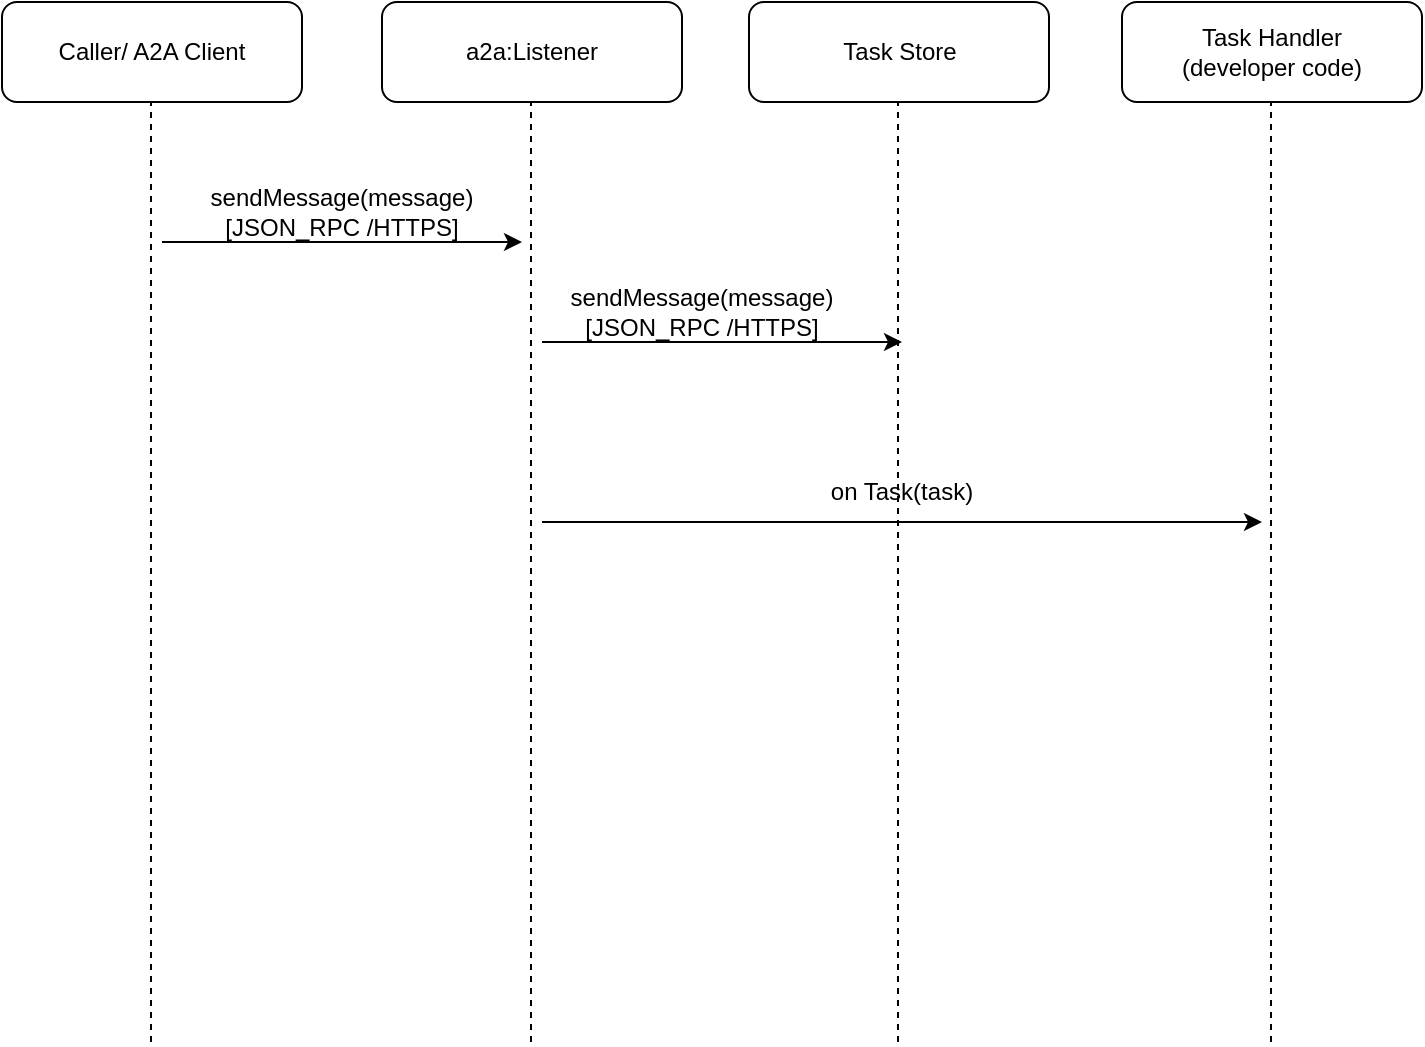
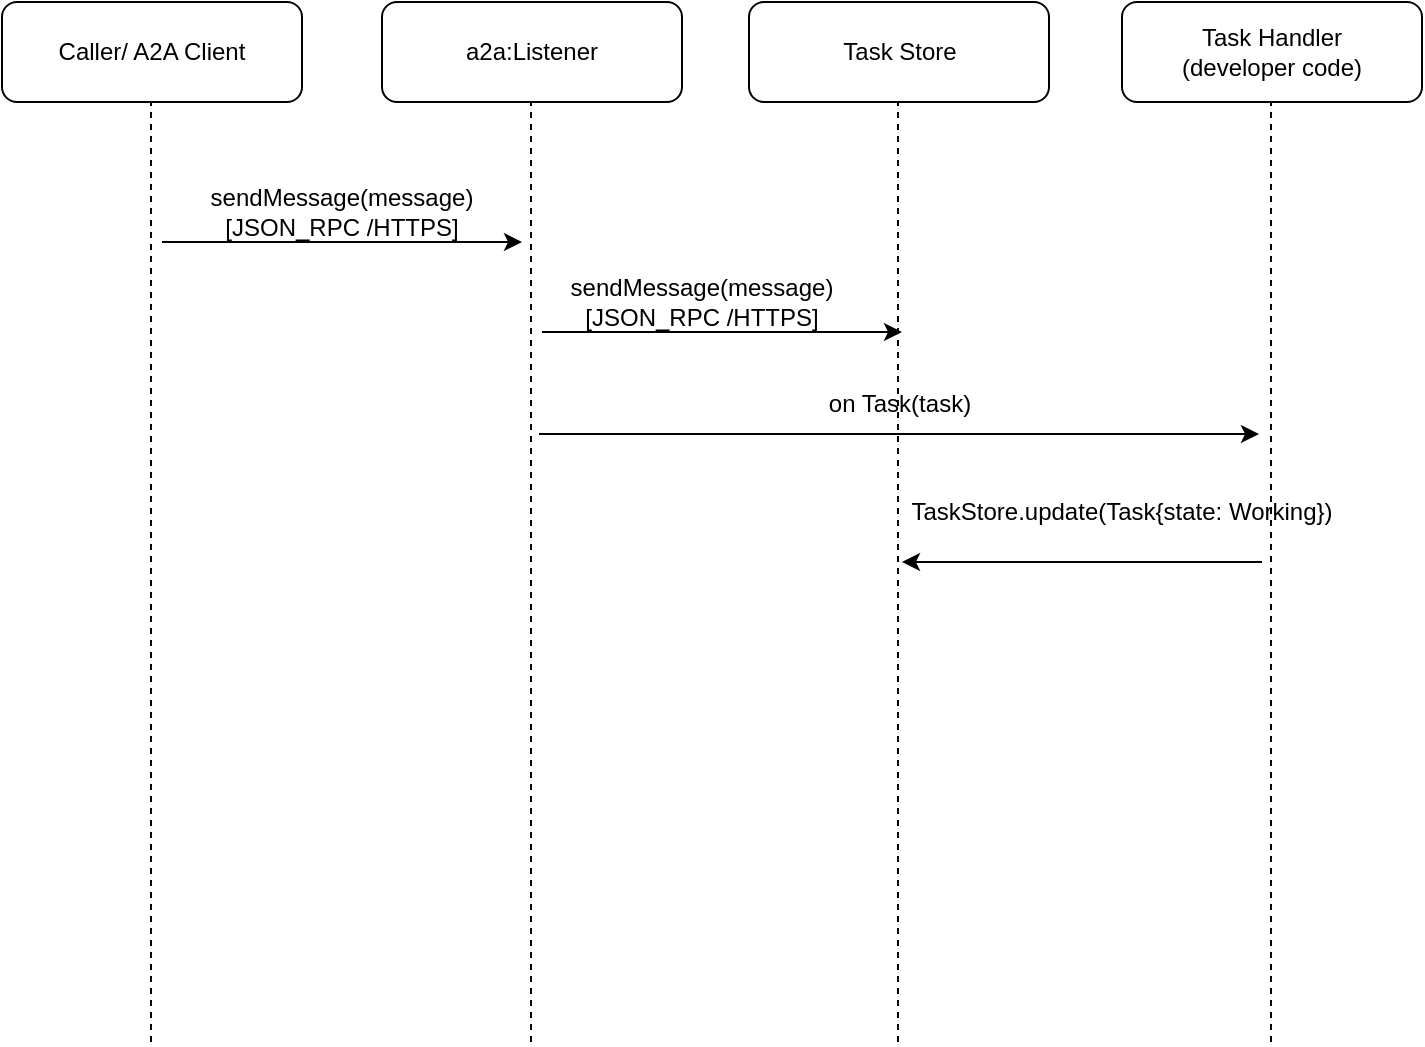
<mxfile host="app.diagrams.net">
  <diagram name="Page-1" id="ZPNNxD_8xx_dK13QvzwB">
    <mxGraphModel dx="1094" dy="555" grid="1" gridSize="10" guides="1" tooltips="1" connect="1" arrows="1" fold="1" page="1" pageScale="1" pageWidth="827" pageHeight="1169" math="0" shadow="0">
      <root>
        <mxCell id="0" />
        <mxCell id="1" parent="0" />
        <mxCell id="KyBT1ujf4ODolMfsrgNy-1" parent="1" style="rounded=1;whiteSpace=wrap;html=1;" value="Caller/ A2A Client" vertex="1">
          <mxGeometry height="50" width="150" x="40" y="30" as="geometry" />
        </mxCell>
        <mxCell id="fuX-3ZszXKkBneVyICno-1" parent="1" style="rounded=1;whiteSpace=wrap;html=1;" value="Task Handler&lt;div&gt;(developer code)&lt;/div&gt;" vertex="1">
          <mxGeometry height="50" width="150" x="600" y="30" as="geometry" />
        </mxCell>
        <mxCell id="fuX-3ZszXKkBneVyICno-2" parent="1" style="rounded=1;whiteSpace=wrap;html=1;" value="Task Store" vertex="1">
          <mxGeometry height="50" width="150" x="413.5" y="30" as="geometry" />
        </mxCell>
        <mxCell id="fuX-3ZszXKkBneVyICno-3" parent="1" style="rounded=1;whiteSpace=wrap;html=1;" value="a2a:Listener" vertex="1">
          <mxGeometry height="50" width="150" x="230" y="30" as="geometry" />
        </mxCell>
        <mxCell id="fuX-3ZszXKkBneVyICno-5" edge="1" parent="1" style="endArrow=none;dashed=1;html=1;rounded=0;" value="">
          <mxGeometry height="50" relative="1" width="50" as="geometry">
            <mxPoint x="114.5" y="550" as="sourcePoint" />
            <mxPoint x="114.5" y="80" as="targetPoint" />
          </mxGeometry>
        </mxCell>
        <mxCell id="fuX-3ZszXKkBneVyICno-6" edge="1" parent="1" style="endArrow=none;dashed=1;html=1;rounded=0;" value="">
          <mxGeometry height="50" relative="1" width="50" as="geometry">
            <mxPoint x="304.5" y="550" as="sourcePoint" />
            <mxPoint x="304.5" y="80" as="targetPoint" />
          </mxGeometry>
        </mxCell>
        <mxCell id="fuX-3ZszXKkBneVyICno-7" edge="1" parent="1" style="endArrow=none;dashed=1;html=1;rounded=0;" value="">
          <mxGeometry height="50" relative="1" width="50" as="geometry">
            <mxPoint x="488" y="550" as="sourcePoint" />
            <mxPoint x="488" y="80" as="targetPoint" />
          </mxGeometry>
        </mxCell>
        <mxCell id="fuX-3ZszXKkBneVyICno-8" edge="1" parent="1" style="endArrow=none;dashed=1;html=1;rounded=0;" value="">
          <mxGeometry height="50" relative="1" width="50" as="geometry">
            <mxPoint x="674.5" y="550" as="sourcePoint" />
            <mxPoint x="674.5" y="80" as="targetPoint" />
          </mxGeometry>
        </mxCell>
        <mxCell id="fuX-3ZszXKkBneVyICno-9" edge="1" parent="1" style="endArrow=classic;html=1;rounded=0;" value="">
          <mxGeometry height="50" relative="1" width="50" as="geometry">
-             <mxPoint x="310" y="200" as="sourcePoint" />
-             <mxPoint x="490" y="200" as="targetPoint" />
+             <mxPoint x="310" y="195" as="sourcePoint" />
+             <mxPoint x="490" y="195" as="targetPoint" />
          </mxGeometry>
        </mxCell>
        <mxCell id="fuX-3ZszXKkBneVyICno-10" edge="1" parent="1" style="endArrow=classic;html=1;rounded=0;" value="">
          <mxGeometry height="50" relative="1" width="50" as="geometry">
            <mxPoint x="120" y="150" as="sourcePoint" />
            <mxPoint x="300" y="150" as="targetPoint" />
          </mxGeometry>
        </mxCell>
        <mxCell id="fuX-3ZszXKkBneVyICno-11" parent="1" style="text;html=1;whiteSpace=wrap;strokeColor=none;fillColor=none;align=center;verticalAlign=middle;rounded=0;" value="sendMessage(message) [JSON_RPC /HTTPS]" vertex="1">
          <mxGeometry height="30" width="180" x="120" y="120" as="geometry" />
        </mxCell>
        <mxCell id="fuX-3ZszXKkBneVyICno-12" parent="1" style="text;html=1;whiteSpace=wrap;strokeColor=none;fillColor=none;align=center;verticalAlign=middle;rounded=0;" value="sendMessage(message) [JSON_RPC /HTTPS]" vertex="1">
-           <mxGeometry height="30" width="180" x="300" y="170" as="geometry" />
+           <mxGeometry height="30" width="180" x="300" y="165" as="geometry" />
        </mxCell>
        <mxCell id="fuX-3ZszXKkBneVyICno-13" edge="1" parent="1" style="endArrow=classic;html=1;rounded=0;" value="">
          <mxGeometry height="50" relative="1" width="50" as="geometry">
-             <mxPoint x="310" y="290" as="sourcePoint" />
-             <mxPoint x="670" y="290" as="targetPoint" />
+             <mxPoint x="308.5" y="246" as="sourcePoint" />
+             <mxPoint x="668.5" y="246" as="targetPoint" />
          </mxGeometry>
        </mxCell>
        <mxCell id="fuX-3ZszXKkBneVyICno-14" parent="1" style="text;html=1;whiteSpace=wrap;strokeColor=none;fillColor=none;align=center;verticalAlign=middle;rounded=0;" value="on Task(task)" vertex="1">
-           <mxGeometry height="30" width="180" x="400" y="260" as="geometry" />
+           <mxGeometry height="30" width="180" x="398.5" y="216" as="geometry" />
+         </mxCell>
+         <mxCell id="fuX-3ZszXKkBneVyICno-16" edge="1" parent="1" style="endArrow=classic;html=1;rounded=0;" value="">
+           <mxGeometry height="50" relative="1" width="50" as="geometry">
+             <mxPoint x="670" y="310" as="sourcePoint" />
+             <mxPoint x="490" y="310" as="targetPoint" />
+           </mxGeometry>
+         </mxCell>
+         <mxCell id="fuX-3ZszXKkBneVyICno-17" parent="1" style="text;html=1;whiteSpace=wrap;strokeColor=none;fillColor=none;align=center;verticalAlign=middle;rounded=0;" value="TaskStore.update(Task{state: Working})" vertex="1">
+           <mxGeometry height="30" width="240" x="480" y="270" as="geometry" />
        </mxCell>
      </root>
    </mxGraphModel>
  </diagram>
</mxfile>
